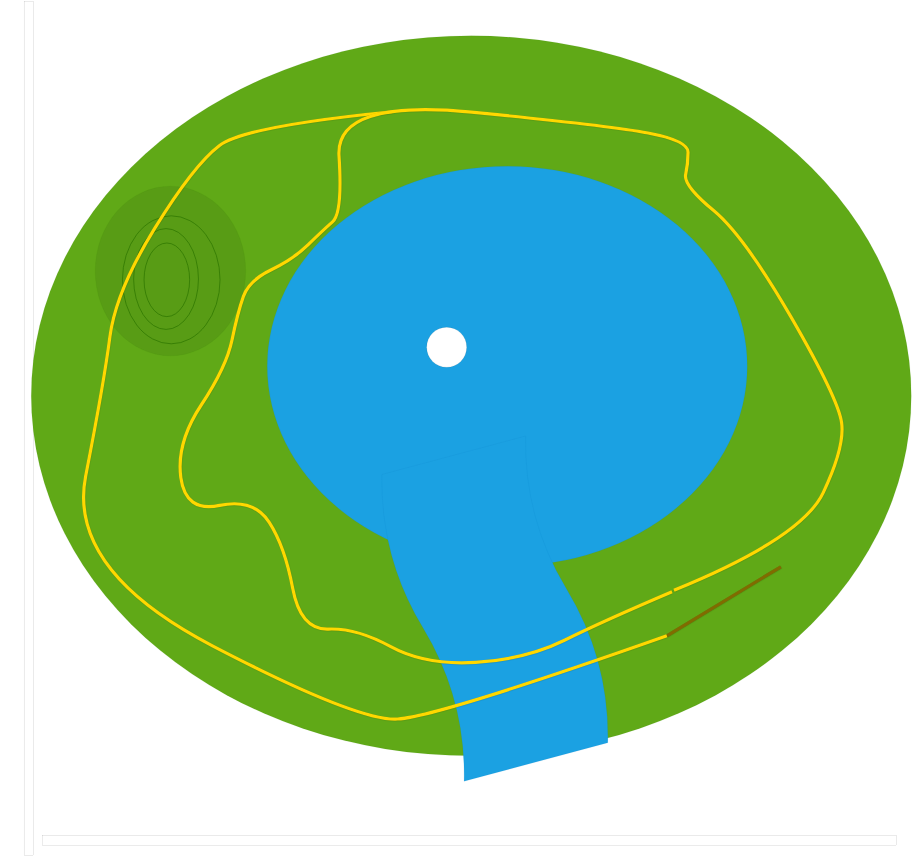
Above: Creative/Draw.io files/World Map.drawio in ItsRiprod/Camantia (draw.io), before the change. Source tidied: cells renumbered, new cells numbered last; positions are measured from the earlier drawing's top-left corner, leaving out a move shared by most shapes. Both pictures are drawn from the tidied source at 8%, with x=0, y=0 at pixel (24, 1).
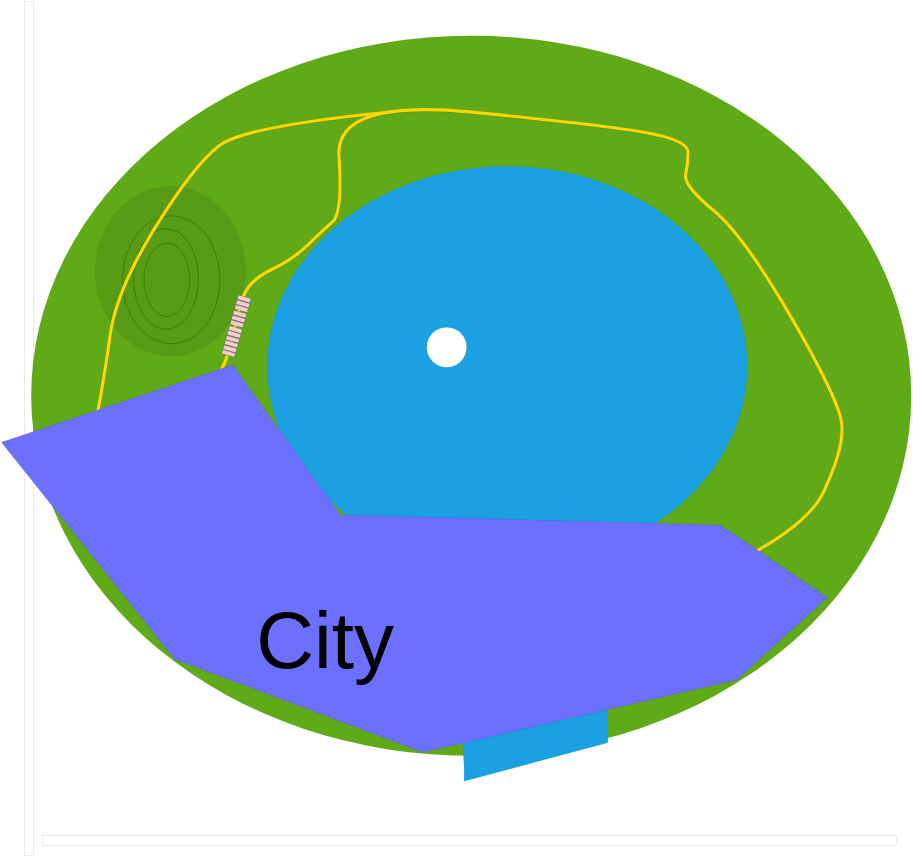
The same page after the edit.

The edit, as a diff of the source:
```diff
@@
+    <mxCell id="17" parent="0" />
+    <mxCell id="18" style="group;rotation=106;" parent="17" vertex="1">
+      <mxGeometry x="2535" y="4080" width="180" height="165" as="geometry" />
+    </mxCell>
+    <mxCell id="19" style="rounded=0;whiteSpace=wrap;html=1;fillColor=#647687;strokeColor=#314354;fontColor=#ffffff;rotation=106;" parent="18" vertex="1">
+      <mxGeometry width="180" height="165" as="geometry" />
+    </mxCell>
+    <mxCell id="20" style="rounded=0;whiteSpace=wrap;html=1;fillColor=#f8cecc;strokeColor=#b85450;rotation=106;" parent="18" vertex="1">
+      <mxGeometry x="49" y="63" width="48" height="160" as="geometry" />
+    </mxCell>
+    <mxCell id="21" style="rounded=0;whiteSpace=wrap;html=1;fillColor=#f8cecc;strokeColor=#b85450;rotation=106;" parent="18" vertex="1">
+      <mxGeometry x="66" y="3" width="48" height="160" as="geometry" />
+    </mxCell>
+    <mxCell id="22" style="rounded=0;whiteSpace=wrap;html=1;fillColor=#f8cecc;strokeColor=#b85450;rotation=106;" parent="18" vertex="1">
+      <mxGeometry x="83" y="-58" width="48" height="160" as="geometry" />
+    </mxCell>
+    <mxCell id="23" style="group;rotation=106;" parent="17" vertex="1">
+      <mxGeometry x="2645" y="3697" width="180" height="165" as="geometry" />
+    </mxCell>
+    <mxCell id="24" style="rounded=0;whiteSpace=wrap;html=1;fillColor=#647687;strokeColor=#314354;fontColor=#ffffff;rotation=106;" parent="23" vertex="1">
+      <mxGeometry width="180" height="165" as="geometry" />
+    </mxCell>
+    <mxCell id="25" style="rounded=0;whiteSpace=wrap;html=1;fillColor=#f8cecc;strokeColor=#b85450;rotation=106;" parent="23" vertex="1">
+      <mxGeometry x="49" y="63" width="48" height="160" as="geometry" />
+    </mxCell>
+    <mxCell id="26" style="rounded=0;whiteSpace=wrap;html=1;fillColor=#f8cecc;strokeColor=#b85450;rotation=106;" parent="23" vertex="1">
+      <mxGeometry x="66" y="3" width="48" height="160" as="geometry" />
+    </mxCell>
+    <mxCell id="27" style="rounded=0;whiteSpace=wrap;html=1;fillColor=#f8cecc;strokeColor=#b85450;rotation=106;" parent="23" vertex="1">
+      <mxGeometry x="83" y="-58" width="48" height="160" as="geometry" />
+    </mxCell>
+    <mxCell id="28" style="group;rotation=106;" parent="17" vertex="1">
+      <mxGeometry x="2589" y="3887" width="180" height="165" as="geometry" />
+    </mxCell>
+    <mxCell id="29" style="rounded=0;whiteSpace=wrap;html=1;fillColor=#647687;strokeColor=#314354;fontColor=#ffffff;rotation=106;" parent="28" vertex="1">
+      <mxGeometry width="180" height="165" as="geometry" />
+    </mxCell>
+    <mxCell id="30" style="rounded=0;whiteSpace=wrap;html=1;fillColor=#f8cecc;strokeColor=#b85450;rotation=106;" parent="28" vertex="1">
+      <mxGeometry x="49" y="63" width="48" height="160" as="geometry" />
+    </mxCell>
+    <mxCell id="31" style="rounded=0;whiteSpace=wrap;html=1;fillColor=#f8cecc;strokeColor=#b85450;rotation=106;" parent="28" vertex="1">
+      <mxGeometry x="66" y="3" width="48" height="160" as="geometry" />
+    </mxCell>
+    <mxCell id="32" style="rounded=0;whiteSpace=wrap;html=1;fillColor=#f8cecc;strokeColor=#b85450;rotation=106;" parent="28" vertex="1">
+      <mxGeometry x="83" y="-58" width="48" height="160" as="geometry" />
+    </mxCell>
+    <mxCell id="33" style="group;rotation=106;" parent="17" vertex="1">
+      <mxGeometry x="2484" y="4260" width="180" height="221.6" as="geometry" />
+    </mxCell>
+    <mxCell id="34" style="rounded=0;whiteSpace=wrap;html=1;fillColor=#647687;strokeColor=#314354;fontColor=#ffffff;rotation=106;" parent="33" vertex="1">
+      <mxGeometry x="1.3" y="-1" width="178" height="165" as="geometry" />
+    </mxCell>
+    <mxCell id="35" style="rounded=0;whiteSpace=wrap;html=1;fillColor=#f8cecc;strokeColor=#b85450;rotation=106;" parent="33" vertex="1">
+      <mxGeometry x="50.9" y="61.6" width="45" height="160" as="geometry" />
+    </mxCell>
+    <mxCell id="36" style="rounded=0;whiteSpace=wrap;html=1;fillColor=#f8cecc;strokeColor=#b85450;rotation=106;" parent="33" vertex="1">
+      <mxGeometry x="66" y="3" width="48" height="160" as="geometry" />
+    </mxCell>
+    <mxCell id="37" style="rounded=0;whiteSpace=wrap;html=1;fillColor=#f8cecc;strokeColor=#b85450;rotation=106;" parent="33" vertex="1">
+      <mxGeometry x="83" y="-58" width="48" height="160" as="geometry" />
+    </mxCell>
+    <mxCell id="38" value="&lt;br&gt;" style="verticalLabelPosition=bottom;verticalAlign=top;html=1;shape=mxgraph.basic.polygon;polyCoords=[[0.28,0.1],[0.41,0.39],[0.87,0.41],[1,0.55],[0.89,0.71],[0.51,0.85],[0.21,0.67],[0,0.25]];polyline=0;fillColor=#6B70FF;fillStyle=auto;fontSize=102;" parent="17" vertex="1">
+      <mxGeometry x="-283" y="3897" width="10327" height="6460" as="geometry" />
+    </mxCell>
+    <mxCell id="39" value="City" style="text;html=1;strokeColor=none;fillColor=none;align=center;verticalAlign=middle;whiteSpace=wrap;rounded=0;fontSize=999;" parent="17" vertex="1">
+      <mxGeometry x="3733" y="7967" width="60" height="30" as="geometry" />
+    </mxCell>
```
